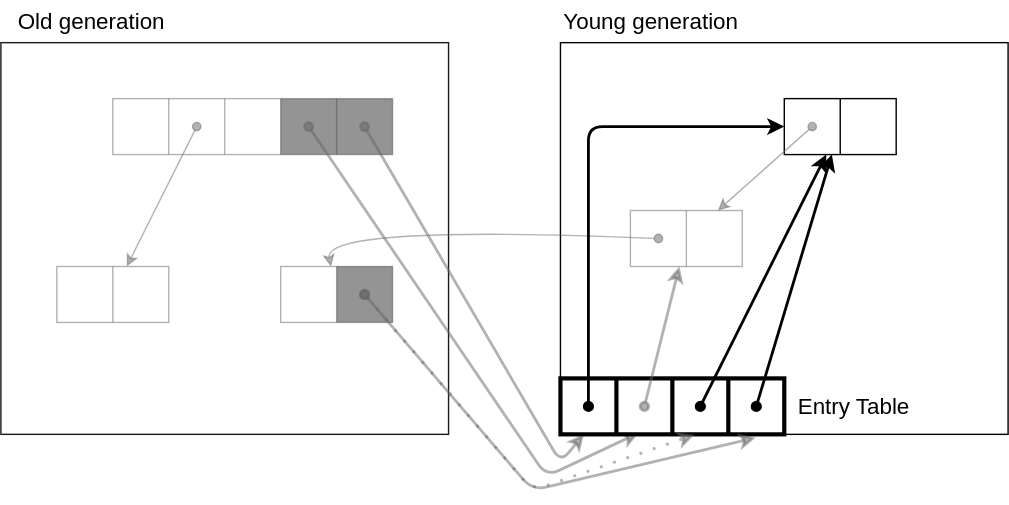
drop-stones/slides keeps this draw.io diagram as assets/img/lecture_materials/GarbageCollection/ch7/duplicate-entry.drawio.svg. Above is the earlier version. Source tidied: cells renumbered, new cells last; positions are measured from the earlier drawing's top-left corner, leaving out a move shared by most shapes.
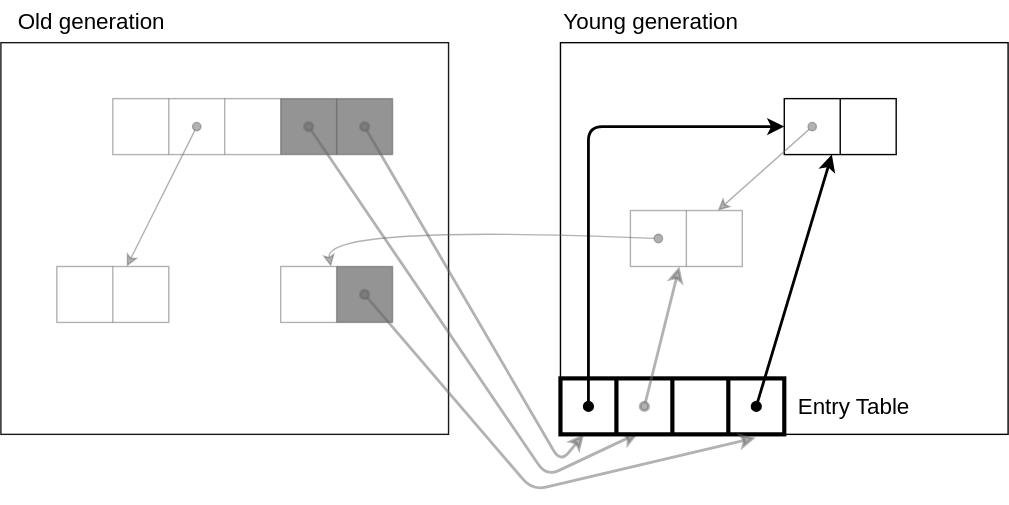
Later version of the same file.

What changed in the source:
```diff
@@ -135,24 +135,11 @@
     <mxCell id="39" style="shape=partialRectangle;html=1;whiteSpace=wrap;overflow=hidden;fillColor=none;top=0;left=0;bottom=0;right=0;opacity=50;" parent="35" vertex="1">
       <mxGeometry x="120" width="40" height="40" as="geometry" />
     </mxCell>
-    <mxCell id="40" style="endArrow=classic;html=1;startArrow=oval;startFill=1;entryX=0.599;entryY=1.008;entryDx=0;entryDy=0;entryPerimeter=0;strokeWidth=2;rounded=1;strokeColor=#666666;opacity=50;dashed=1;dashPattern=1 4;" parent="1" edge="1" target="34">
-      <mxGeometry relative="1" as="geometry">
-        <mxPoint x="260" y="210" as="sourcePoint" />
-        <Array as="points">
-          <mxPoint x="380" y="350" />
-        </Array>
-      </mxGeometry>
-    </mxCell>
     <mxCell id="41" style="endArrow=classic;html=1;rounded=1;fontSize=16;strokeWidth=2;startArrow=oval;startFill=1;strokeColor=#666666;opacity=50;" parent="1" edge="1" target="11">
       <mxGeometry relative="1" as="geometry">
         <mxPoint x="460" y="290" as="sourcePoint" />
       </mxGeometry>
     </mxCell>
-    <mxCell id="42" style="endArrow=classic;html=1;rounded=1;fontSize=16;strokeWidth=2;startArrow=oval;startFill=1;" parent="1" edge="1" target="7">
-      <mxGeometry relative="1" as="geometry">
-        <mxPoint x="500" y="290" as="sourcePoint" />
-      </mxGeometry>
-    </mxCell>
     <mxCell id="43" style="endArrow=classic;html=1;rounded=1;fontSize=16;strokeWidth=2;startArrow=oval;startFill=1;entryX=0;entryY=0.5;entryDx=0;entryDy=0;" parent="1" edge="1" target="7">
       <mxGeometry relative="1" as="geometry">
         <mxPoint x="420" y="290" as="sourcePoint" />
```
